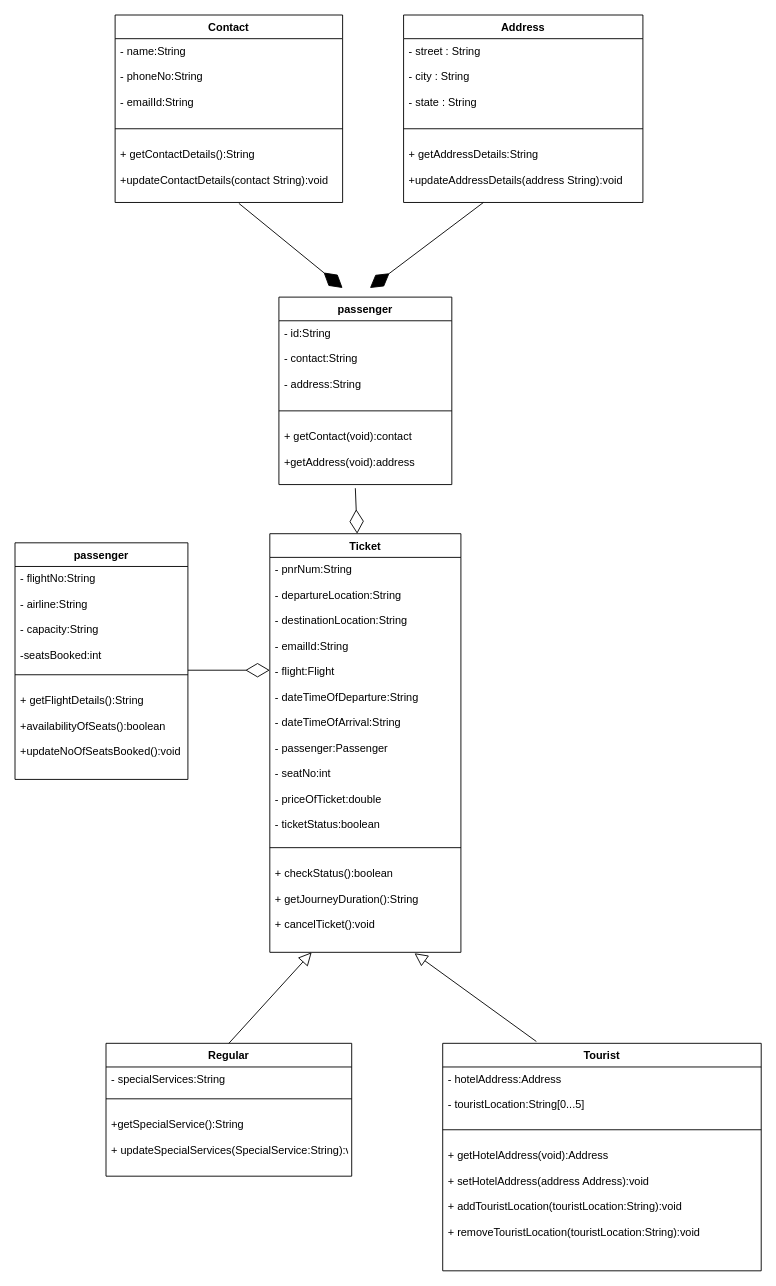
Mounika216/origin keeps this draw.io diagram as Flight Reservation System.drawio. Above is the earlier version. Source tidied: cells renumbered, new cells numbered last; positions are measured from the earlier drawing's top-left corner, leaving out a move shared by most shapes. Both pictures are drawn from the tidied source at 91%, with x=0, y=0 at pixel (15, 15).
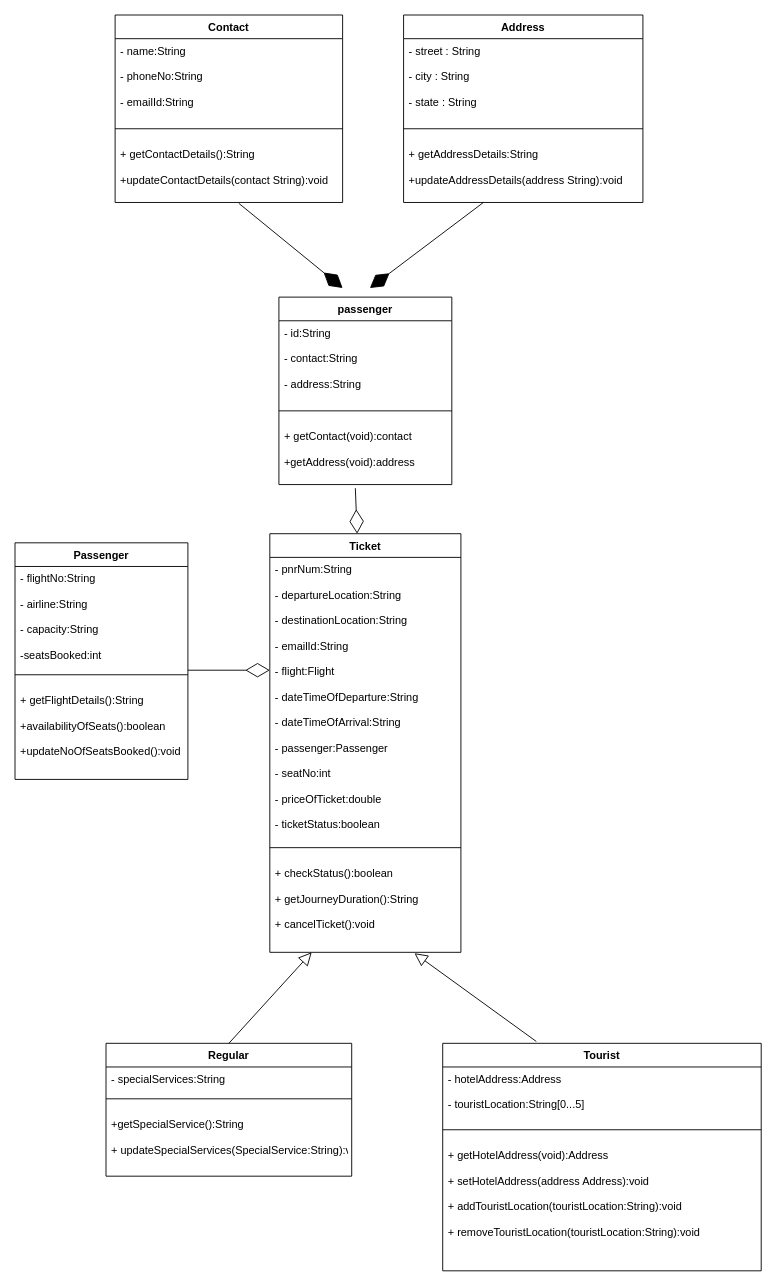
The same diagram, later.

The edit, as a diff of the source:
```diff
@@
-    <mxCell id="33" value="passenger" style="swimlane;fontStyle=1;align=center;verticalAlign=top;horizontal=1;startSize=26;" parent="1" vertex="1">
+    <mxCell id="33" value="Passenger" style="swimlane;fontStyle=1;align=center;verticalAlign=top;horizontal=1;startSize=26;" parent="1" vertex="1">
       <mxGeometry y="580" width="190" height="260" as="geometry" />
     </mxCell>
```
